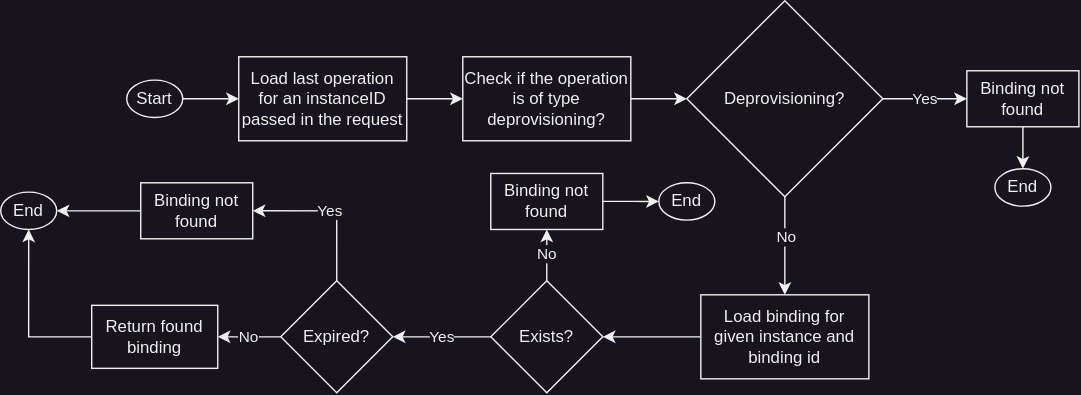
kyma-project/kyma-environment-broker keeps this draw.io diagram as docs/assets/bindings-get-flow.drawio.svg. Above is the earlier version. Source tidied: cells renumbered, new cells last; positions are measured from the earlier drawing's top-left corner, leaving out a move shared by most shapes.
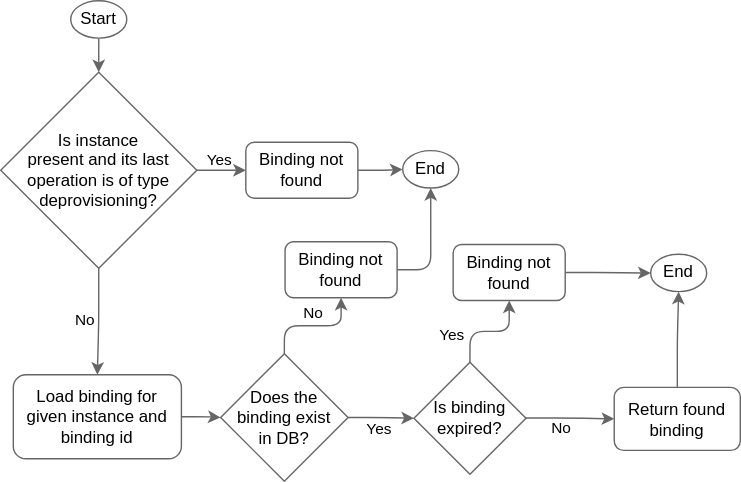
Later version of the same file.

Commit message:
Review Corrections

The edit, as a diff of the source:
```diff
@@ -1,93 +1,82 @@
-<mxGraphModel>
+<mxGraphModel background="#ffffff">
   <root>
     <mxCell id="0" />
     <mxCell id="1" parent="0" />
-    <mxCell id="2" style="edgeStyle=orthogonalEdgeStyle;rounded=0;jettySize=auto;html=1;exitX=1;exitY=0.5;exitDx=0;exitDy=0;" parent="1" edge="1" source="3" target="5">
-      <mxGeometry relative="1" as="geometry" />
-    </mxCell>
+    <mxCell id="31" style="edgeStyle=orthogonalEdgeStyle;rounded=1;jettySize=auto;html=1;curved=0;strokeColor=#666666;" parent="1" edge="1" source="3" target="9">
+      <mxGeometry relative="1" as="geometry" />
+    </mxCell>
-    <mxCell id="3" value="Start" style="ellipse;whiteSpace=wrap;html=1;" parent="1" vertex="1">
-      <mxGeometry x="90" y="56.7" width="40" height="26.7" as="geometry" />
+    <mxCell id="3" value="Start" style="ellipse;whiteSpace=wrap;html=1;strokeColor=#666666;fillColor=#ffffff;fontColor=#000000;" parent="1" vertex="1">
+      <mxGeometry x="540" y="-51" width="40" height="26.7" as="geometry" />
     </mxCell>
-    <mxCell id="4" style="edgeStyle=orthogonalEdgeStyle;rounded=0;jettySize=auto;html=1;exitX=1;exitY=0.5;exitDx=0;exitDy=0;entryX=0;entryY=0.5;entryDx=0;entryDy=0;" parent="1" edge="1" source="5" target="11">
-      <mxGeometry relative="1" as="geometry" />
+    <mxCell id="4" style="edgeStyle=orthogonalEdgeStyle;rounded=1;jettySize=auto;html=1;exitX=1;exitY=0.5;exitDx=0;exitDy=0;entryX=0;entryY=0.5;entryDx=0;entryDy=0;strokeColor=#666666;curved=0;fontColor=#000000;labelBackgroundColor=none;" parent="1" edge="1" source="x">
+      <mxGeometry relative="1" as="geometry">
+        <mxPoint x="330" y="70" as="targetPoint" />
+      </mxGeometry>
     </mxCell>
-    <mxCell id="5" value="Load last operation for an instanceID passed in the request" style="whiteSpace=wrap;html=1;" parent="1" vertex="1">
-      <mxGeometry x="170" y="40" width="120" height="60" as="geometry" />
-    </mxCell>
+    <mxCell id="7" value="No" style="edgeStyle=orthogonalEdgeStyle;rounded=1;jettySize=auto;html=1;exitX=0.5;exitY=1;exitDx=0;exitDy=0;entryX=0.5;entryY=0;entryDx=0;entryDy=0;strokeColor=#666666;curved=0;fontColor=#000000;labelBackgroundColor=none;" parent="1" edge="1" source="9" target="13">
+      <mxGeometry x="-0.06" y="-10" relative="1" as="geometry" />
+    </mxCell>
-    <mxCell id="6" value="Yes" style="edgeStyle=orthogonalEdgeStyle;rounded=0;jettySize=auto;html=1;exitX=1;exitY=0.5;exitDx=0;exitDy=0;" parent="1" edge="1" source="9" target="23">
-      <mxGeometry relative="1" as="geometry" />
+    <mxCell id="6" value="Yes" style="edgeStyle=orthogonalEdgeStyle;rounded=1;jettySize=auto;html=1;curved=0;strokeColor=#666666;labelBackgroundColor=none;fontColor=#000000;" parent="1" edge="1" source="9" target="23">
+      <mxGeometry x="-0.3" y="7" relative="1" as="geometry" />
     </mxCell>
-    <mxCell id="7" style="edgeStyle=orthogonalEdgeStyle;rounded=0;jettySize=auto;html=1;exitX=0.5;exitY=1;exitDx=0;exitDy=0;entryX=0.5;entryY=0;entryDx=0;entryDy=0;" parent="1" edge="1" source="9" target="13">
-      <mxGeometry relative="1" as="geometry" />
-    </mxCell>
-    <mxCell id="8" value="No" style="edgeLabel;html=1;align=center;verticalAlign=middle;" parent="7" vertex="1">
-      <mxGeometry x="-0.17" y="1" relative="1" as="geometry" />
-    </mxCell>
-    <mxCell id="9" value="Deprovisioning?" style="rhombus;whiteSpace=wrap;html=1;" parent="1" vertex="1">
+    <mxCell id="9" value="Is instance &lt;br&gt;present and its last operation is of type deprovisioning?" style="rhombus;whiteSpace=wrap;html=1;strokeColor=#666666;fillColor=#ffffff;fontColor=#000000;" parent="1" vertex="1">
       <mxGeometry x="490" width="140" height="140" as="geometry" />
     </mxCell>
-    <mxCell id="10" style="edgeStyle=orthogonalEdgeStyle;rounded=0;jettySize=auto;html=1;exitX=1;exitY=0.5;exitDx=0;exitDy=0;entryX=0;entryY=0.5;entryDx=0;entryDy=0;" parent="1" edge="1" source="11" target="9">
-      <mxGeometry relative="1" as="geometry" />
-    </mxCell>
-    <mxCell id="11" value="Check if the operation is of type deprovisioning?" style="whiteSpace=wrap;html=1;" parent="1" vertex="1">
-      <mxGeometry x="330" y="40" width="120" height="60" as="geometry" />
-    </mxCell>
-    <mxCell id="12" style="edgeStyle=orthogonalEdgeStyle;rounded=0;jettySize=auto;html=1;exitX=0;exitY=0.5;exitDx=0;exitDy=0;entryX=1;entryY=0.5;entryDx=0;entryDy=0;" parent="1" edge="1" source="13" target="16">
+    <mxCell id="12" style="edgeStyle=orthogonalEdgeStyle;rounded=1;jettySize=auto;html=1;strokeColor=#666666;curved=0;fontColor=#000000;labelBackgroundColor=none;entryX=0;entryY=0.5;entryDx=0;entryDy=0;" parent="1" edge="1" source="13" target="16">
       <mxGeometry relative="1" as="geometry" />
     </mxCell>
-    <mxCell id="13" value="Load binding for given instance and binding id" style="whiteSpace=wrap;html=1;" parent="1" vertex="1">
-      <mxGeometry x="500" y="210" width="120" height="60" as="geometry" />
+    <mxCell id="13" value="Load binding for given instance and binding id" style="whiteSpace=wrap;html=1;strokeColor=#666666;fillColor=#ffffff;fontColor=#000000;rounded=1;" parent="1" vertex="1">
+      <mxGeometry x="499" y="216" width="120" height="60" as="geometry" />
     </mxCell>
-    <mxCell id="14" value="No" style="edgeStyle=orthogonalEdgeStyle;rounded=0;jettySize=auto;html=1;exitX=0.5;exitY=0;exitDx=0;exitDy=0;entryX=0.5;entryY=1;entryDx=0;entryDy=0;" parent="1" edge="1" source="16" target="29">
-      <mxGeometry relative="1" as="geometry" />
+    <mxCell id="14" value="No" style="edgeStyle=orthogonalEdgeStyle;rounded=1;jettySize=auto;html=1;exitX=0.5;exitY=0;exitDx=0;exitDy=0;entryX=0.5;entryY=1;entryDx=0;entryDy=0;strokeColor=#666666;curved=0;fontColor=#000000;labelBackgroundColor=none;" parent="1" edge="1" source="16" target="29">
+      <mxGeometry x="-0.01" y="9" relative="1" as="geometry" />
     </mxCell>
-    <mxCell id="15" value="Yes" style="edgeStyle=orthogonalEdgeStyle;rounded=0;jettySize=auto;html=1;exitX=0;exitY=0.5;exitDx=0;exitDy=0;" parent="1" edge="1" source="16" target="19">
-      <mxGeometry relative="1" as="geometry" />
+    <mxCell id="15" value="Yes" style="edgeStyle=orthogonalEdgeStyle;rounded=1;jettySize=auto;html=1;exitX=1;exitY=0.5;exitDx=0;exitDy=0;strokeColor=#666666;curved=0;fontColor=#000000;labelBackgroundColor=none;" parent="1" edge="1" source="16" target="19">
+      <mxGeometry x="-0.06" y="-8" relative="1" as="geometry" />
     </mxCell>
-    <mxCell id="16" value="Exists?" style="rhombus;whiteSpace=wrap;html=1;" parent="1" vertex="1">
-      <mxGeometry x="350" y="200" width="80" height="80" as="geometry" />
+    <mxCell id="16" value="Does the &lt;br&gt;binding exist &lt;br&gt;in DB?" style="rhombus;whiteSpace=wrap;html=1;strokeColor=#666666;fillColor=#ffffff;fontColor=#000000;" parent="1" vertex="1">
+      <mxGeometry x="647" y="201" width="91" height="91" as="geometry" />
     </mxCell>
-    <mxCell id="17" value="Yes" style="edgeStyle=orthogonalEdgeStyle;rounded=0;jettySize=auto;html=1;exitX=0.5;exitY=0;exitDx=0;exitDy=0;entryX=1;entryY=0.5;entryDx=0;entryDy=0;" parent="1" edge="1" source="19" target="26">
-      <mxGeometry relative="1" as="geometry" />
+    <mxCell id="17" value="Yes" style="edgeStyle=orthogonalEdgeStyle;rounded=1;jettySize=auto;html=1;exitX=0.5;exitY=0;exitDx=0;exitDy=0;strokeColor=#666666;curved=0;fontColor=#000000;labelBackgroundColor=none;" parent="1" edge="1" source="19" target="26">
+      <mxGeometry x="-0.43" y="8" relative="1" as="geometry">
+        <mxPoint x="-5" y="2" as="offset" />
+      </mxGeometry>
     </mxCell>
-    <mxCell id="18" value="No" style="edgeStyle=orthogonalEdgeStyle;rounded=0;jettySize=auto;html=1;exitX=0;exitY=0.5;exitDx=0;exitDy=0;" parent="1" edge="1" source="19" target="21">
-      <mxGeometry relative="1" as="geometry" />
+    <mxCell id="18" value="No" style="edgeStyle=orthogonalEdgeStyle;rounded=1;jettySize=auto;html=1;exitX=0.955;exitY=0.498;exitDx=0;exitDy=0;strokeColor=#666666;curved=0;fontColor=#000000;labelBackgroundColor=none;exitPerimeter=0;" parent="1" edge="1" source="19" target="21">
+      <mxGeometry x="-0.16" y="-7" relative="1" as="geometry" />
     </mxCell>
-    <mxCell id="19" value="Expired?" style="rhombus;whiteSpace=wrap;html=1;" parent="1" vertex="1">
-      <mxGeometry x="200" y="200" width="80" height="80" as="geometry" />
+    <mxCell id="19" value="Is binding expired?" style="rhombus;whiteSpace=wrap;html=1;strokeColor=#666666;fillColor=#ffffff;fontColor=#000000;" parent="1" vertex="1">
+      <mxGeometry x="785" y="207" width="80" height="80" as="geometry" />
     </mxCell>
-    <mxCell id="20" style="edgeStyle=orthogonalEdgeStyle;rounded=0;jettySize=auto;html=1;" parent="1" edge="1" source="21" target="27">
+    <mxCell id="20" style="edgeStyle=orthogonalEdgeStyle;rounded=1;jettySize=auto;html=1;strokeColor=#666666;curved=0;fontColor=#000000;labelBackgroundColor=none;" parent="1" edge="1" source="21" target="27">
       <mxGeometry relative="1" as="geometry" />
     </mxCell>
-    <mxCell id="21" value="Return found binding" style="whiteSpace=wrap;html=1;" parent="1" vertex="1">
-      <mxGeometry x="65" y="217.5" width="90" height="45" as="geometry" />
+    <mxCell id="21" value="Return found binding" style="whiteSpace=wrap;html=1;strokeColor=#666666;fillColor=#ffffff;fontColor=#000000;rounded=1;" parent="1" vertex="1">
+      <mxGeometry x="928" y="225" width="90" height="45" as="geometry" />
     </mxCell>
-    <mxCell id="22" style="edgeStyle=orthogonalEdgeStyle;rounded=0;jettySize=auto;html=1;" parent="1" edge="1" source="23" target="24">
-      <mxGeometry relative="1" as="geometry" />
-    </mxCell>
+    <mxCell id="32" style="edgeStyle=orthogonalEdgeStyle;rounded=1;jettySize=auto;html=1;fontColor=#666666;labelBackgroundColor=none;strokeColor=#666666;curved=0;" parent="1" edge="1" source="23" target="30">
+      <mxGeometry relative="1" as="geometry" />
+    </mxCell>
-    <mxCell id="23" value="Binding not found" style="whiteSpace=wrap;html=1;" parent="1" vertex="1">
-      <mxGeometry x="690" y="50" width="80" height="40" as="geometry" />
+    <mxCell id="23" value="Binding not found" style="whiteSpace=wrap;html=1;strokeColor=#666666;fillColor=#ffffff;fontColor=#000000;rounded=1;" parent="1" vertex="1">
+      <mxGeometry x="665" y="50" width="80" height="40" as="geometry" />
     </mxCell>
-    <mxCell id="24" value="End" style="ellipse;whiteSpace=wrap;html=1;" parent="1" vertex="1">
-      <mxGeometry x="710" y="120" width="40" height="26.7" as="geometry" />
-    </mxCell>
-    <mxCell id="25" style="edgeStyle=orthogonalEdgeStyle;rounded=0;jettySize=auto;html=1;" parent="1" edge="1" source="26" target="27">
+    <mxCell id="25" style="edgeStyle=orthogonalEdgeStyle;rounded=1;jettySize=auto;html=1;strokeColor=#666666;curved=0;fontColor=#000000;labelBackgroundColor=none;" parent="1" edge="1" source="26" target="27">
       <mxGeometry relative="1" as="geometry" />
     </mxCell>
-    <mxCell id="26" value="Binding not found" style="whiteSpace=wrap;html=1;" parent="1" vertex="1">
-      <mxGeometry x="100" y="130" width="80" height="40" as="geometry" />
+    <mxCell id="26" value="Binding not found" style="whiteSpace=wrap;html=1;strokeColor=#666666;fillColor=#ffffff;fontColor=#000000;rounded=1;" parent="1" vertex="1">
+      <mxGeometry x="813" y="123" width="80" height="40" as="geometry" />
     </mxCell>
-    <mxCell id="27" value="End" style="ellipse;whiteSpace=wrap;html=1;" parent="1" vertex="1">
-      <mxGeometry y="136.7" width="40" height="26.7" as="geometry" />
+    <mxCell id="27" value="End" style="ellipse;whiteSpace=wrap;html=1;strokeColor=#666666;fillColor=#ffffff;fontColor=#000000;" parent="1" vertex="1">
+      <mxGeometry x="954" y="130" width="40" height="26.7" as="geometry" />
     </mxCell>
-    <mxCell id="28" style="edgeStyle=orthogonalEdgeStyle;rounded=0;jettySize=auto;html=1;" parent="1" edge="1" source="29" target="30">
+    <mxCell id="28" style="edgeStyle=orthogonalEdgeStyle;rounded=1;jettySize=auto;html=1;strokeColor=#666666;curved=0;fontColor=#000000;labelBackgroundColor=none;" parent="1" edge="1" source="29" target="30">
       <mxGeometry relative="1" as="geometry" />
     </mxCell>
-    <mxCell id="29" value="Binding not found" style="whiteSpace=wrap;html=1;" parent="1" vertex="1">
-      <mxGeometry x="350" y="123.3" width="80" height="40" as="geometry" />
+    <mxCell id="29" value="Binding not found" style="whiteSpace=wrap;html=1;strokeColor=#666666;fillColor=#ffffff;fontColor=#000000;rounded=1;" parent="1" vertex="1">
+      <mxGeometry x="693" y="121" width="80" height="40" as="geometry" />
     </mxCell>
-    <mxCell id="30" value="End" style="ellipse;whiteSpace=wrap;html=1;" parent="1" vertex="1">
-      <mxGeometry x="470" y="130" width="40" height="26.7" as="geometry" />
+    <mxCell id="30" value="End" style="ellipse;whiteSpace=wrap;html=1;strokeColor=#666666;fillColor=#ffffff;fontColor=#000000;" parent="1" vertex="1">
+      <mxGeometry x="777" y="56" width="40" height="26.7" as="geometry" />
     </mxCell>
   </root>
 </mxGraphModel>
```
